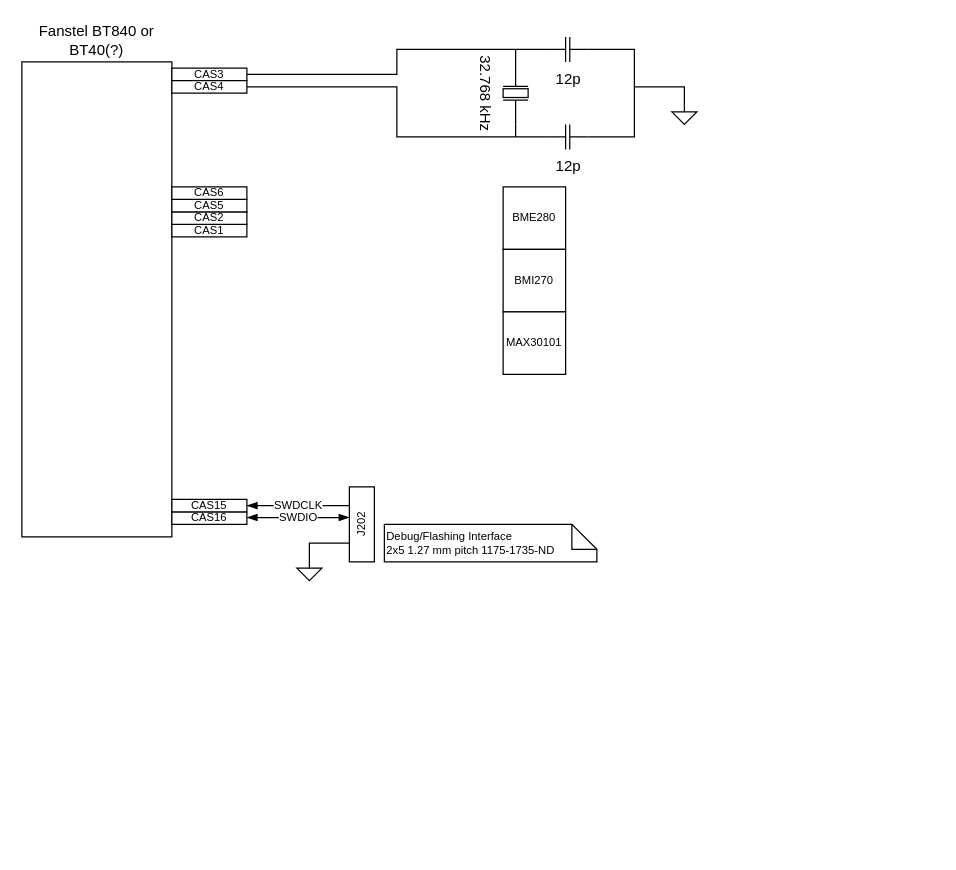
StevenKnudsen/LowPowerLEDSmartWatch keeps this draw.io diagram as docs/SmartWatchBlockDiagram.drawio. Above is the earlier version. Source tidied: cells renumbered, new cells numbered last; positions are measured from the earlier drawing's top-left corner, leaving out a move shared by most shapes. Both pictures are drawn from the tidied source at 125%, with x=0, y=0 at pixel (21, 36).
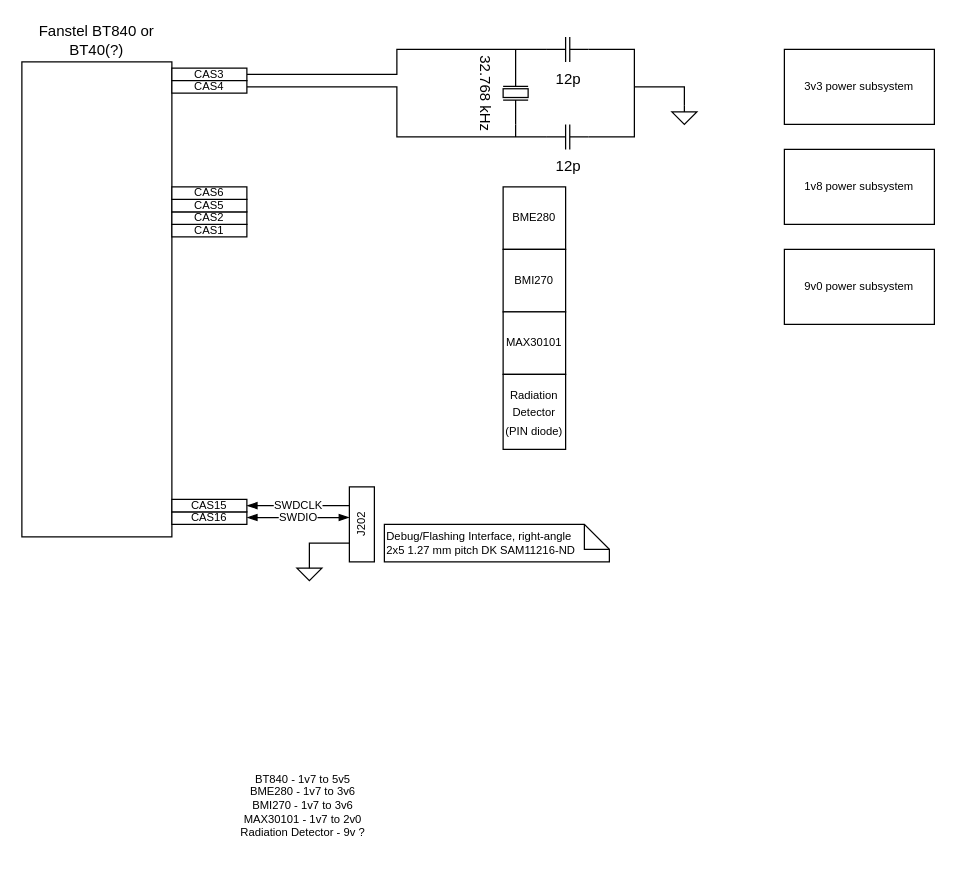
After the change.

Diff of the diagram source:
```diff
@@
-    <mxCell id="29" value="Debug/Flashing Interface&lt;br style=&quot;border-color: var(--border-color);&quot;&gt;&lt;span style=&quot;&quot;&gt;2x5 1.27 mm pitch 1175-1735-ND&lt;/span&gt;" style="shape=note;size=20;whiteSpace=wrap;html=1;fontSize=9;align=left;" parent="1" vertex="1">
-      <mxGeometry x="290" y="390" width="170" height="30" as="geometry" />
+    <mxCell id="29" value="Debug/Flashing Interface, right-angle&lt;br style=&quot;border-color: var(--border-color);&quot;&gt;&lt;span style=&quot;&quot;&gt;2x5 1.27 mm pitch DK&amp;nbsp;&lt;/span&gt;SAM11216-ND" style="shape=note;size=20;whiteSpace=wrap;html=1;fontSize=9;align=left;" parent="1" vertex="1">
+      <mxGeometry x="290" y="390" width="180" height="30" as="geometry" />
     </mxCell>
+    <mxCell id="30" value="&lt;font style=&quot;font-size: 9px;&quot;&gt;Radiation Detector (PIN diode)&lt;/font&gt;" style="rounded=0;whiteSpace=wrap;html=1;" parent="1" vertex="1">
+      <mxGeometry x="385" y="270" width="50" height="60" as="geometry" />
+    </mxCell>
+    <mxCell id="31" value="3v3 power subsystem" style="rounded=0;whiteSpace=wrap;html=1;fontSize=9;" parent="1" vertex="1">
+      <mxGeometry x="610" y="10" width="120" height="60" as="geometry" />
+    </mxCell>
+    <mxCell id="32" value="1v8 power subsystem" style="rounded=0;whiteSpace=wrap;html=1;fontSize=9;" parent="1" vertex="1">
+      <mxGeometry x="610" y="90" width="120" height="60" as="geometry" />
+    </mxCell>
+    <mxCell id="33" value="BT840 - 1v7 to 5v5&lt;br&gt;BME280 - 1v7 to 3v6&lt;br&gt;BMI270 - 1v7 to 3v6&lt;br&gt;MAX30101 - 1v7 to 2v0&lt;br&gt;Radiation Detector - 9v ?" style="text;html=1;strokeColor=none;fillColor=none;align=center;verticalAlign=middle;whiteSpace=wrap;rounded=0;fontSize=9;" parent="1" vertex="1">
+      <mxGeometry x="160" y="580" width="130" height="70" as="geometry" />
+    </mxCell>
+    <mxCell id="34" value="9v0 power subsystem" style="rounded=0;whiteSpace=wrap;html=1;fontSize=9;" parent="1" vertex="1">
+      <mxGeometry x="610" y="170" width="120" height="60" as="geometry" />
+    </mxCell>
```
